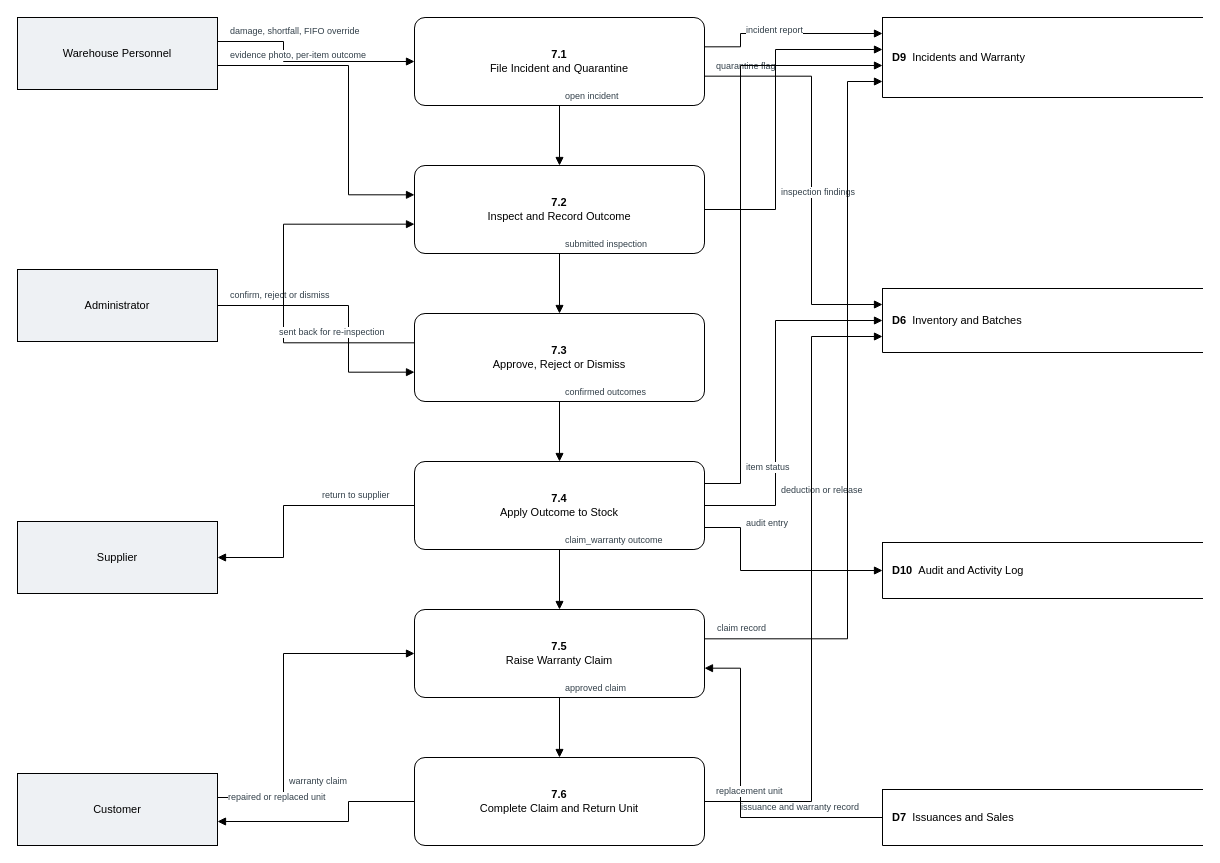
GROUP34-AirkingCapsProj/group34 keeps this draw.io diagram as docs/dfd-drawio-single/Level-2-Process-7-0-Incident-and-Warranty.drawio. Above is the earlier version. Source tidied: cells renumbered, new cells numbered last; positions are measured from the earlier drawing's top-left corner, leaving out a move shared by most shapes. Both pictures are drawn from the tidied source at 100%, with x=0, y=0 at pixel (17, 17).
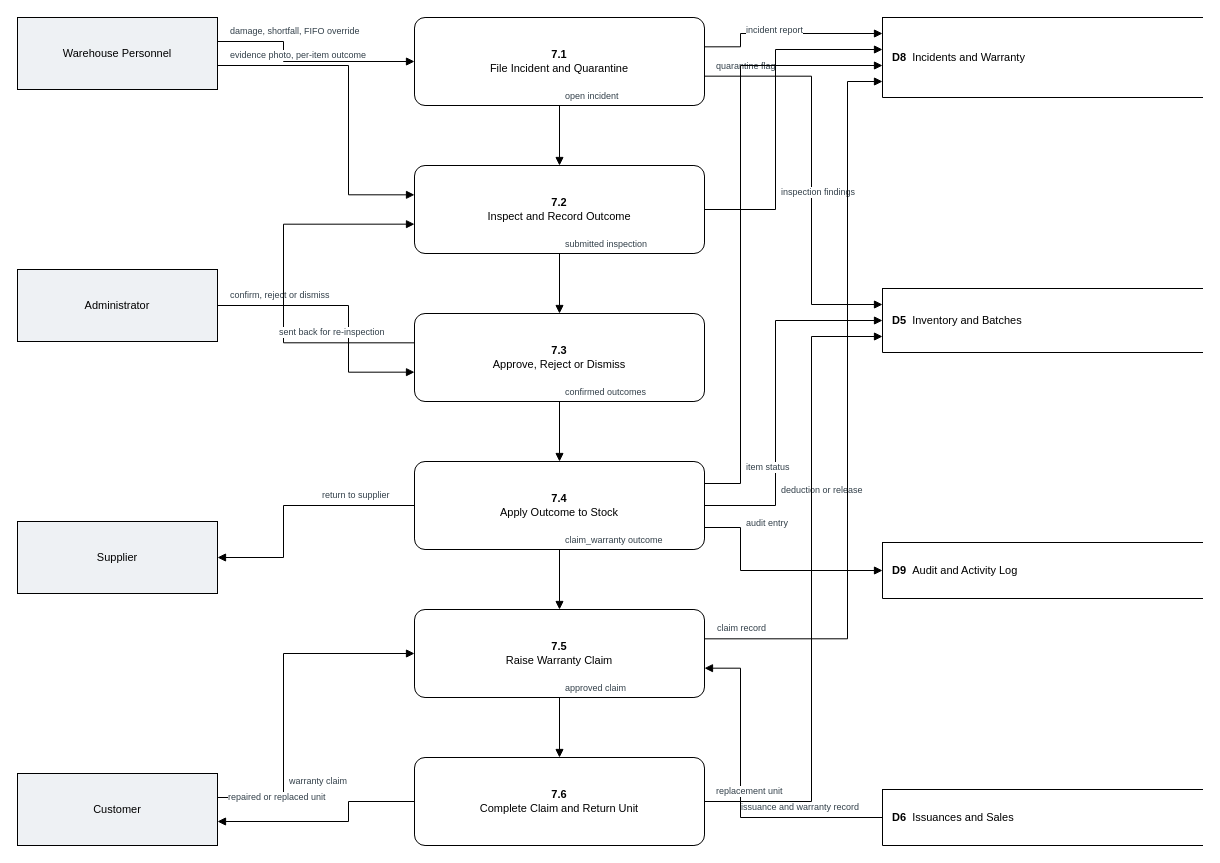
Above is the later version.

Diff of the diagram source:
```diff
@@
-    <mxCell id="6" value="&lt;b&gt;D9&lt;/b&gt;&amp;nbsp;&amp;nbsp;Incidents and Warranty" style="shape=partialRectangle;right=0;whiteSpace=wrap;html=1;fillColor=#ffffff;strokeColor=#000000;fontColor=#000000;fontSize=11;align=left;spacingLeft=8;" parent="1" vertex="1">
+    <mxCell id="6" value="&lt;b&gt;D8&lt;/b&gt;&amp;nbsp;&amp;nbsp;Incidents and Warranty" style="shape=partialRectangle;right=0;whiteSpace=wrap;html=1;fillColor=#ffffff;strokeColor=#000000;fontColor=#000000;fontSize=11;align=left;spacingLeft=8;" parent="1" vertex="1">
       <mxGeometry x="865" width="320" height="80" as="geometry" />
     </mxCell>
-    <mxCell id="7" value="&lt;b&gt;D6&lt;/b&gt;&amp;nbsp;&amp;nbsp;Inventory and Batches" style="shape=partialRectangle;right=0;whiteSpace=wrap;html=1;fillColor=#ffffff;strokeColor=#000000;fontColor=#000000;fontSize=11;align=left;spacingLeft=8;" parent="1" vertex="1">
+    <mxCell id="7" value="&lt;b&gt;D5&lt;/b&gt;&amp;nbsp;&amp;nbsp;Inventory and Batches" style="shape=partialRectangle;right=0;whiteSpace=wrap;html=1;fillColor=#ffffff;strokeColor=#000000;fontColor=#000000;fontSize=11;align=left;spacingLeft=8;" parent="1" vertex="1">
       <mxGeometry x="865" y="271" width="320" height="64" as="geometry" />
     </mxCell>
-    <mxCell id="8" value="&lt;b&gt;D10&lt;/b&gt;&amp;nbsp;&amp;nbsp;Audit and Activity Log" style="shape=partialRectangle;right=0;whiteSpace=wrap;html=1;fillColor=#ffffff;strokeColor=#000000;fontColor=#000000;fontSize=11;align=left;spacingLeft=8;" parent="1" vertex="1">
+    <mxCell id="8" value="&lt;b&gt;D9&lt;/b&gt;&amp;nbsp;&amp;nbsp;Audit and Activity Log" style="shape=partialRectangle;right=0;whiteSpace=wrap;html=1;fillColor=#ffffff;strokeColor=#000000;fontColor=#000000;fontSize=11;align=left;spacingLeft=8;" parent="1" vertex="1">
       <mxGeometry x="865" y="525" width="320" height="56" as="geometry" />
     </mxCell>
-    <mxCell id="9" value="&lt;b&gt;D7&lt;/b&gt;&amp;nbsp;&amp;nbsp;Issuances and Sales" style="shape=partialRectangle;right=0;whiteSpace=wrap;html=1;fillColor=#ffffff;strokeColor=#000000;fontColor=#000000;fontSize=11;align=left;spacingLeft=8;" parent="1" vertex="1">
+    <mxCell id="9" value="&lt;b&gt;D6&lt;/b&gt;&amp;nbsp;&amp;nbsp;Issuances and Sales" style="shape=partialRectangle;right=0;whiteSpace=wrap;html=1;fillColor=#ffffff;strokeColor=#000000;fontColor=#000000;fontSize=11;align=left;spacingLeft=8;" parent="1" vertex="1">
       <mxGeometry x="865" y="772" width="320" height="56" as="geometry" />
     </mxCell>
```
